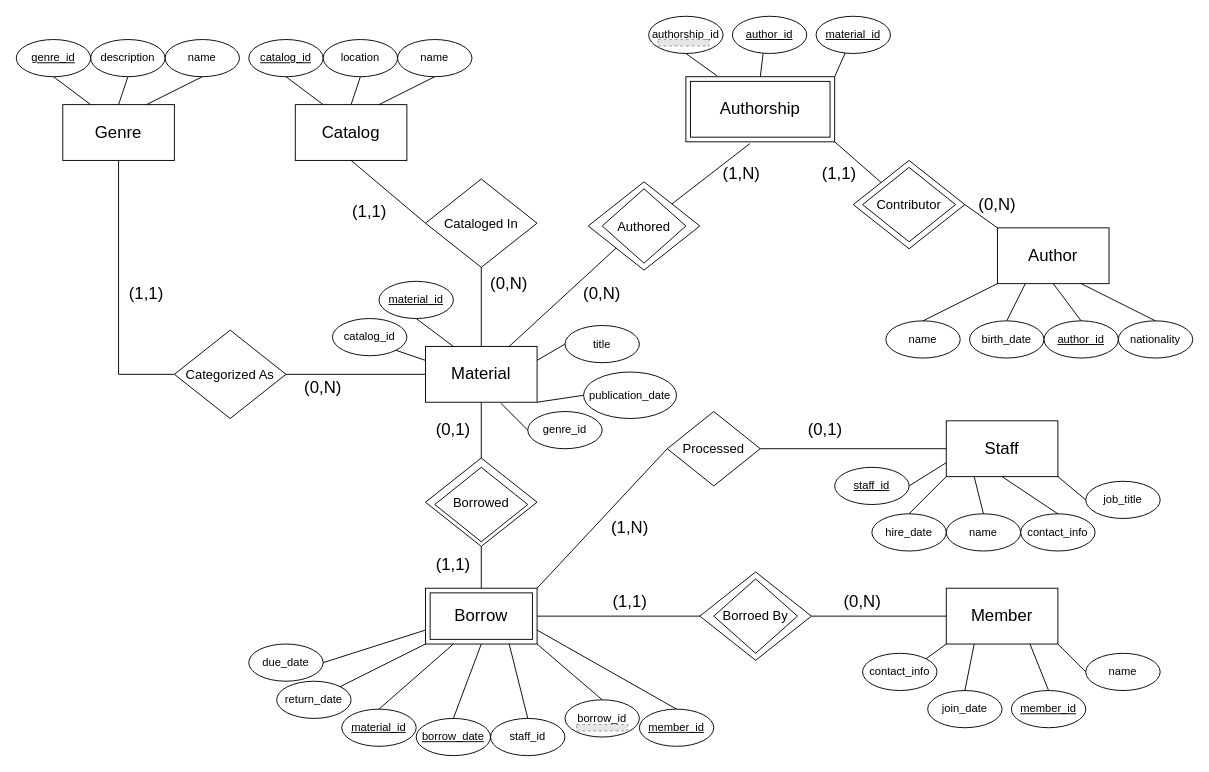
Earlier version of the draw.io diagram library_erd.drawio (jonathanwilsonami/library_db). Source tidied: cells renumbered, new cells numbered last; positions are measured from the earlier drawing's top-left corner, leaving out a move shared by most shapes. Both pictures are drawn from the tidied source at 93%, with x=0, y=0 at pixel (16, 16). Pictures stored in the file or linked from it are replaced by grey dashed boxes.
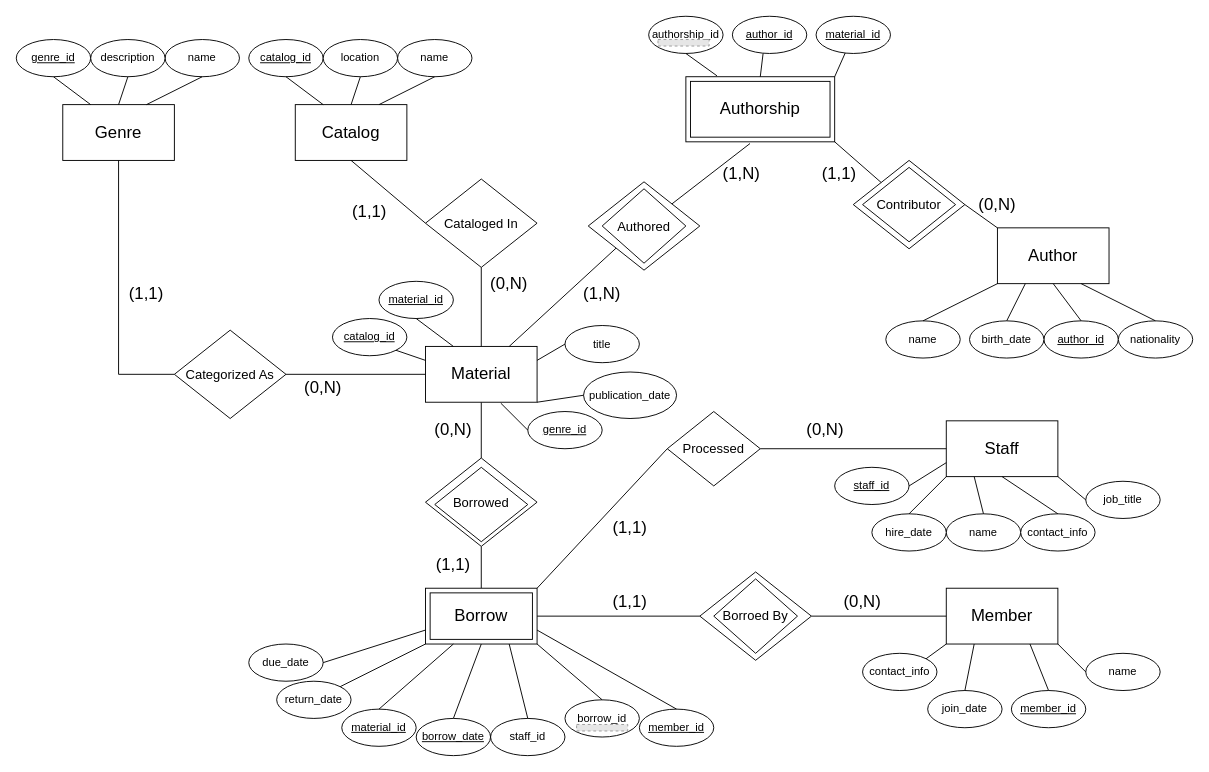
The same diagram, later.

Diff of the diagram source:
```diff
@@
-    <mxCell id="64" value="genre_id" style="ellipse;whiteSpace=wrap;html=1;" parent="1" vertex="1">
+    <mxCell id="64" value="&lt;u&gt;genre_id&lt;/u&gt;" style="ellipse;whiteSpace=wrap;html=1;" parent="1" vertex="1">
       <mxGeometry x="550" y="425" width="80" height="40" as="geometry" />
     </mxCell>
-    <mxCell id="65" value="catalog_id" style="ellipse;whiteSpace=wrap;html=1;" parent="1" vertex="1">
+    <mxCell id="65" value="&lt;u&gt;catalog_id&lt;/u&gt;" style="ellipse;whiteSpace=wrap;html=1;" parent="1" vertex="1">
       <mxGeometry x="340" y="325" width="80" height="40" as="geometry" />
     </mxCell>
@@
-    <mxCell id="88" value="&lt;font style=&quot;font-size: 18px;&quot;&gt;(0,N)&lt;/font&gt;" style="text;html=1;align=center;verticalAlign=middle;whiteSpace=wrap;rounded=0;" parent="1" vertex="1">
+    <mxCell id="88" value="&lt;font style=&quot;font-size: 18px;&quot;&gt;(1,N)&lt;/font&gt;" style="text;html=1;align=center;verticalAlign=middle;whiteSpace=wrap;rounded=0;" parent="1" vertex="1">
       <mxGeometry x="600" y="282.5" width="60" height="30" as="geometry" />
     </mxCell>
@@
-    <mxCell id="91" value="&lt;font style=&quot;font-size: 18px;&quot;&gt;(0,1)&lt;/font&gt;" style="text;html=1;align=center;verticalAlign=middle;whiteSpace=wrap;rounded=0;" parent="1" vertex="1">
+    <mxCell id="91" value="&lt;font style=&quot;font-size: 18px;&quot;&gt;(0,N)&lt;/font&gt;" style="text;html=1;align=center;verticalAlign=middle;whiteSpace=wrap;rounded=0;" parent="1" vertex="1">
       <mxGeometry x="440" y="430" width="60" height="30" as="geometry" />
     </mxCell>
-    <mxCell id="92" value="&lt;font style=&quot;font-size: 18px;&quot;&gt;(0,1)&lt;/font&gt;" style="text;html=1;align=center;verticalAlign=middle;whiteSpace=wrap;rounded=0;" parent="1" vertex="1">
+    <mxCell id="92" value="&lt;font style=&quot;font-size: 18px;&quot;&gt;(0,N)&lt;/font&gt;" style="text;html=1;align=center;verticalAlign=middle;whiteSpace=wrap;rounded=0;" parent="1" vertex="1">
       <mxGeometry x="840" y="430" width="60" height="30" as="geometry" />
     </mxCell>
-    <mxCell id="93" value="&lt;font style=&quot;font-size: 18px;&quot;&gt;(1,N)&lt;/font&gt;" style="text;html=1;align=center;verticalAlign=middle;whiteSpace=wrap;rounded=0;" parent="1" vertex="1">
+    <mxCell id="93" value="&lt;font style=&quot;font-size: 18px;&quot;&gt;(1,1)&lt;/font&gt;" style="text;html=1;align=center;verticalAlign=middle;whiteSpace=wrap;rounded=0;" parent="1" vertex="1">
       <mxGeometry x="630" y="535" width="60" height="30" as="geometry" />
     </mxCell>
```
